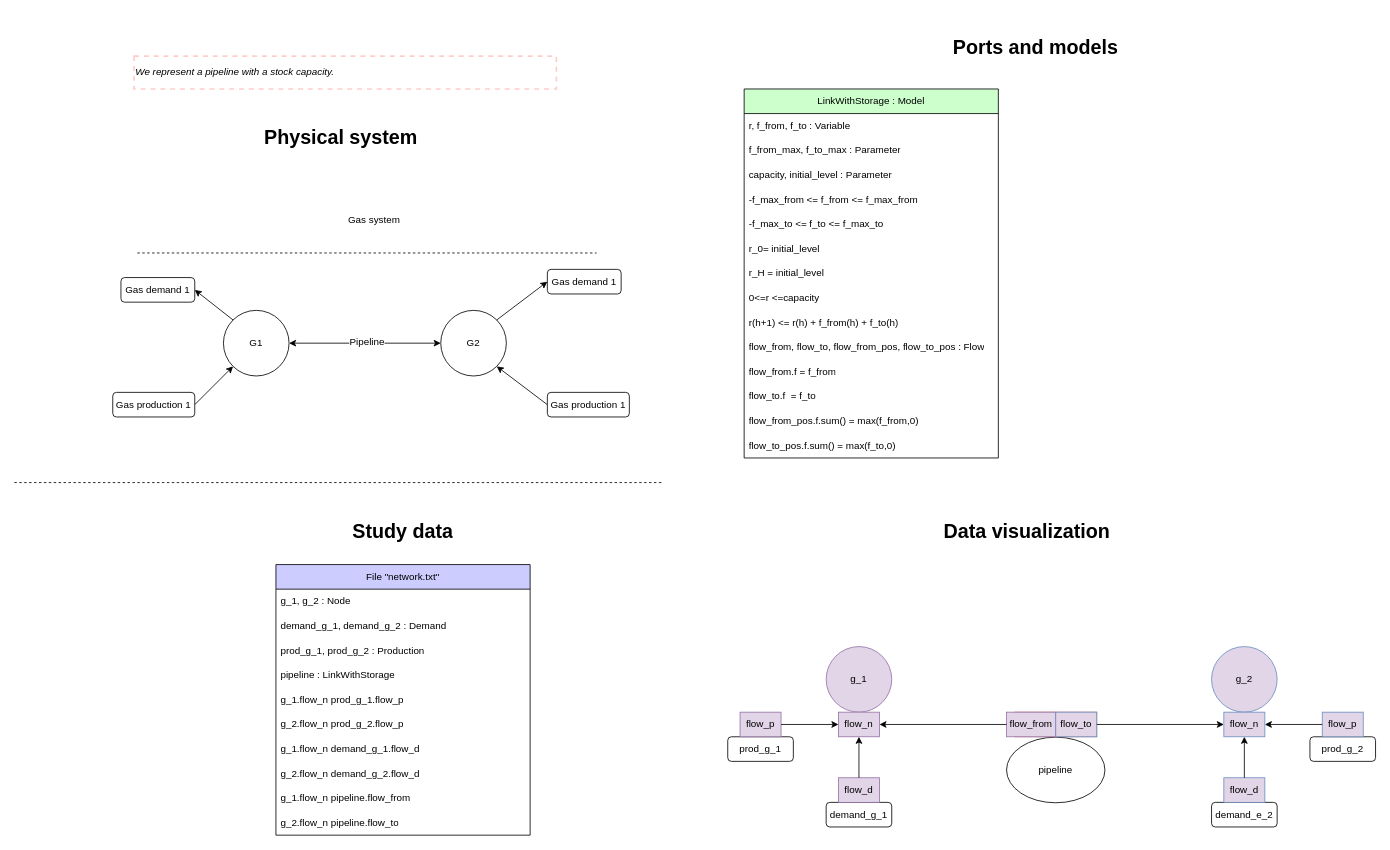
AntaresSimulatorTeam/andromede-modeling-prototype keeps this draw.io diagram as models-design/systems/stock_pipeline.drawio. Above is the earlier version. Source tidied: cells renumbered, new cells numbered last; positions are measured from the earlier drawing's top-left corner, leaving out a move shared by most shapes. Both pictures are drawn from the tidied source at 82%, with x=0, y=0 at pixel (14, 31).
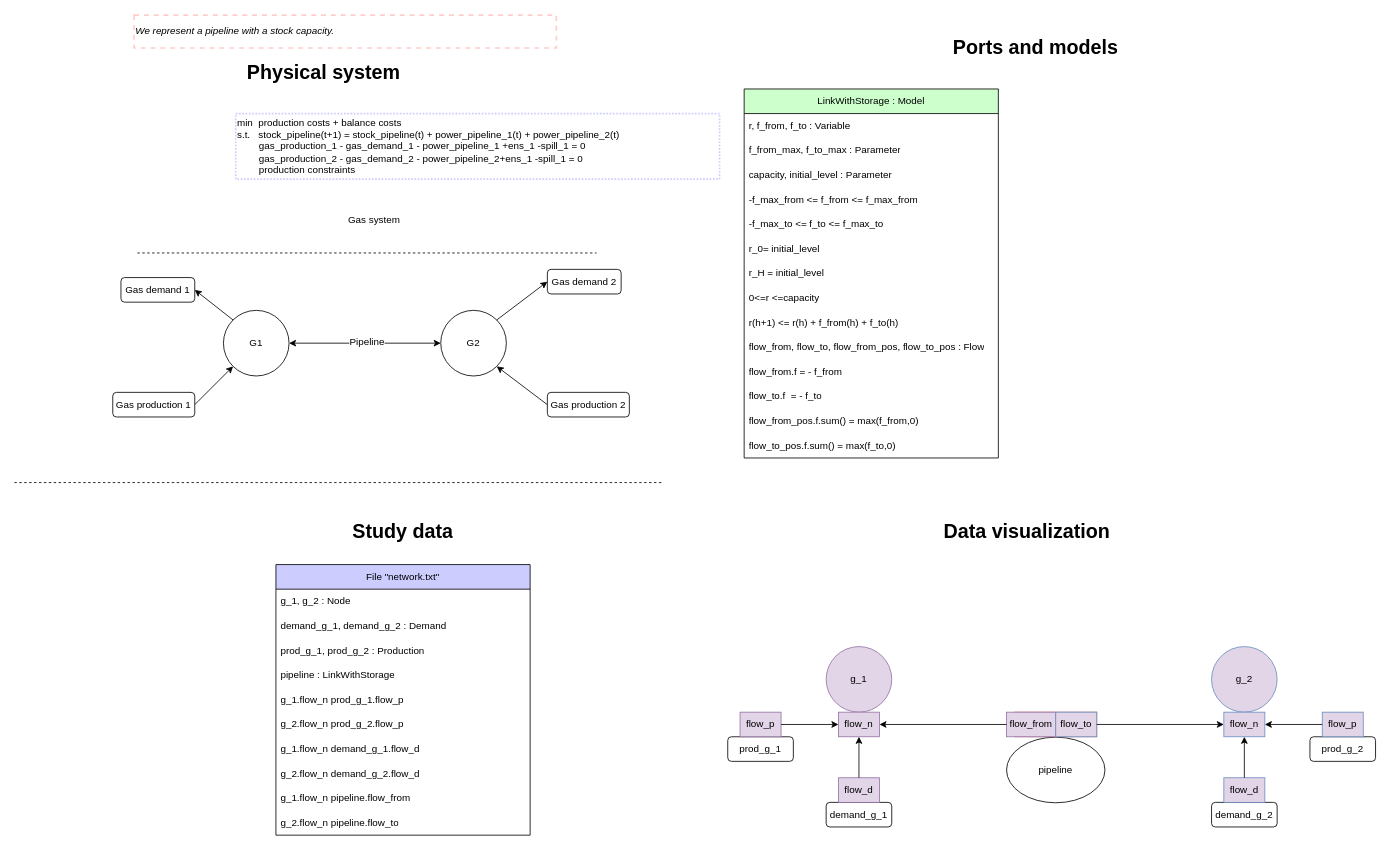
The same diagram, later.

Commit message (it also covers changes not shown here):
Corrections and add optimization problems in stock systems

Unchanged cells that the change refers to:
```xml
<mxCell id="45" style="group;" parent="30" vertex="1">
  <mxGeometry x="590" y="190" width="80" height="60" as="geometry" />
</mxCell>
<mxCell id="64" value="LinkWithStorage : Model" style="swimlane;fontStyle=0;horizontal=1;startSize=30;whiteSpace=wrap;html=1;fillColor=#CCFFCC;fontColor=#000000;" parent="1" vertex="1">
  <mxGeometry x="890" y="70" width="310" height="450" as="geometry" />
</mxCell>
```

Diff of the diagram source:
```diff
@@
-    <mxCell id="11" value="Gas production 1" style="rounded=1;whiteSpace=wrap;html=1;" parent="1" vertex="1">
+    <mxCell id="11" value="Gas production 2" style="rounded=1;whiteSpace=wrap;html=1;" parent="1" vertex="1">
       <mxGeometry x="650" y="440" width="100" height="30" as="geometry" />
     </mxCell>
-    <mxCell id="12" value="Gas demand 1" style="rounded=1;whiteSpace=wrap;html=1;" parent="1" vertex="1">
+    <mxCell id="12" value="Gas demand 2" style="rounded=1;whiteSpace=wrap;html=1;" parent="1" vertex="1">
       <mxGeometry x="650" y="290" width="90" height="30" as="geometry" />
     </mxCell>
@@
     <mxCell id="15" value="&lt;h1&gt;Physical system&lt;br&gt;&lt;/h1&gt;" style="text;html=1;strokeColor=none;fillColor=none;spacing=5;spacingTop=-20;whiteSpace=wrap;overflow=hidden;rounded=0;" parent="1" vertex="1">
-      <mxGeometry x="300" y="110" width="250" height="40" as="geometry" />
+      <mxGeometry x="279" y="30" width="250" height="40" as="geometry" />
     </mxCell>
@@
-    <mxCell id="46" value="demand_e_2" style="rounded=1;whiteSpace=wrap;html=1;" parent="45" vertex="1">
+    <mxCell id="46" value="demand_g_2" style="rounded=1;whiteSpace=wrap;html=1;" parent="45" vertex="1">
       <mxGeometry y="30" width="80" height="30" as="geometry" />
     </mxCell>
@@
     <mxCell id="60" value="&lt;i&gt;We represent a pipeline with a stock capacity.&lt;/i&gt;" style="text;html=1;strokeColor=#FFCCCC;fillColor=none;align=left;verticalAlign=middle;whiteSpace=wrap;rounded=0;dashed=1;strokeWidth=2;" parent="1" vertex="1">
-      <mxGeometry x="146" y="30" width="515" height="40" as="geometry" />
+      <mxGeometry x="146" y="-20" width="515" height="40" as="geometry" />
     </mxCell>
@@
-    <mxCell id="75" value="flow_from.f = f_from" style="text;strokeColor=none;fillColor=none;align=left;verticalAlign=middle;spacingLeft=4;spacingRight=4;overflow=hidden;whiteSpace=wrap;html=1;" parent="64" vertex="1">
+    <mxCell id="75" value="flow_from.f = - f_from" style="text;strokeColor=none;fillColor=none;align=left;verticalAlign=middle;spacingLeft=4;spacingRight=4;overflow=hidden;whiteSpace=wrap;html=1;" parent="64" vertex="1">
       <mxGeometry y="330" width="310" height="30" as="geometry" />
     </mxCell>
-    <mxCell id="76" value="flow_to.f&amp;nbsp; = f_to" style="text;strokeColor=none;fillColor=none;align=left;verticalAlign=middle;spacingLeft=4;spacingRight=4;overflow=hidden;whiteSpace=wrap;html=1;" parent="64" vertex="1">
+    <mxCell id="76" value="flow_to.f&amp;nbsp; = - f_to" style="text;strokeColor=none;fillColor=none;align=left;verticalAlign=middle;spacingLeft=4;spacingRight=4;overflow=hidden;whiteSpace=wrap;html=1;" parent="64" vertex="1">
       <mxGeometry y="360" width="310" height="30" as="geometry" />
     </mxCell>
@@
+    <mxCell id="80" value="min&amp;nbsp;&amp;nbsp;&lt;span style=&quot;&quot;&gt;&lt;/span&gt;production costs + balance costs&lt;br&gt;s.t.&amp;nbsp;&lt;span style=&quot;&quot;&gt;&amp;nbsp; s&lt;/span&gt;tock_pipeline(t+1) = stock_pipeline(t) + power_pipeline_1(t) + power_pipeline_2(t)&lt;br&gt;&lt;span style=&quot;&quot;&gt;&#9;&lt;/span&gt;&lt;span style=&quot;&quot;&gt;&#9;&lt;/span&gt;&lt;span style=&quot;white-space: pre;&quot;&gt;&#9;&lt;/span&gt;gas_production_1 - gas_demand_1 - power_pipeline_1 +ens_1 -spill_1 = 0&lt;br&gt;&lt;span style=&quot;&quot;&gt;&#9;&lt;/span&gt;&lt;span style=&quot;white-space: pre;&quot;&gt;&#9;&lt;/span&gt;gas_production_2 - gas_demand_2 - power_pipeline_2+ens_1 -spill_1 = 0&amp;nbsp;&amp;nbsp;&amp;nbsp;&lt;br&gt;&lt;span style=&quot;&quot;&gt;&#9;&lt;/span&gt;&lt;span style=&quot;&quot;&gt;&#9;&lt;/span&gt;&lt;span style=&quot;white-space: pre;&quot;&gt;&#9;&lt;/span&gt;production constraints" style="text;html=1;strokeColor=#CCCCFF;fillColor=none;align=left;verticalAlign=middle;whiteSpace=wrap;rounded=0;dashed=1;dashPattern=1 1;strokeWidth=2;" parent="1" vertex="1">
+      <mxGeometry x="270" y="100" width="590" height="80" as="geometry" />
+    </mxCell>
```
